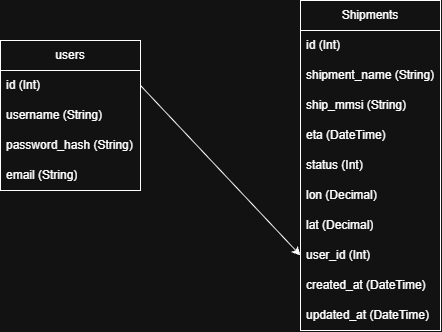
Above: Documentation/Charts/ShipmentTrackingDB.drawio.png in Timanttiso/ShipmentTracking (draw.io), before the change. Source tidied: cells renumbered, new cells last; positions are measured from the earlier drawing's top-left corner, leaving out a move shared by most shapes.
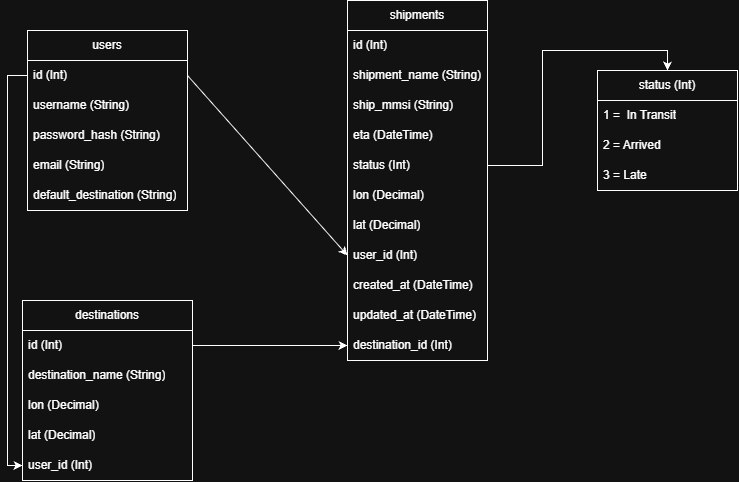
After the commit.

Commit message:
Updated database structure chart

Diff of the diagram source:
```diff
@@ -2,8 +2,8 @@
   <root>
     <mxCell id="0" />
     <mxCell id="1" parent="0" />
-    <mxCell id="2" value="Shipments" style="swimlane;fontStyle=0;horizontal=1;startSize=30;whiteSpace=wrap;html=1;" parent="1" vertex="1">
-      <mxGeometry x="300" width="140" height="330" as="geometry" />
+    <mxCell id="2" value="shipments" style="swimlane;fontStyle=0;horizontal=1;startSize=30;whiteSpace=wrap;html=1;" parent="1" vertex="1">
+      <mxGeometry x="220" width="140" height="360" as="geometry" />
     </mxCell>
     <mxCell id="3" value="id (Int)" style="text;strokeColor=none;fillColor=none;align=left;verticalAlign=middle;spacingLeft=4;spacingRight=4;overflow=hidden;whiteSpace=wrap;html=1;" parent="2" vertex="1">
       <mxGeometry y="30" width="140" height="30" as="geometry" />
@@ -35,23 +35,68 @@
     <mxCell id="12" value="updated_at (DateTime)" style="text;strokeColor=none;fillColor=none;align=left;verticalAlign=middle;spacingLeft=4;spacingRight=4;overflow=hidden;whiteSpace=wrap;html=1;" parent="2" vertex="1">
       <mxGeometry y="300" width="140" height="30" as="geometry" />
     </mxCell>
+    <mxCell id="19" value="destination_id (Int)" style="text;strokeColor=none;fillColor=none;align=left;verticalAlign=middle;spacingLeft=4;spacingRight=4;overflow=hidden;points=[[0,0.5],[1,0.5]];portConstraint=eastwest;whiteSpace=wrap;html=1;" parent="2" vertex="1">
+      <mxGeometry y="330" width="140" height="30" as="geometry" />
+    </mxCell>
     <mxCell id="13" value="users" style="swimlane;fontStyle=0;horizontal=1;startSize=30;whiteSpace=wrap;html=1;" parent="1" vertex="1">
-      <mxGeometry y="40" width="140" height="150" as="geometry" />
+      <mxGeometry x="-100" y="30" width="160" height="180" as="geometry" />
     </mxCell>
     <mxCell id="14" value="id (Int)" style="text;strokeColor=none;fillColor=none;align=left;verticalAlign=middle;spacingLeft=4;spacingRight=4;overflow=hidden;points=[[0,0.5],[1,0.5]];portConstraint=eastwest;whiteSpace=wrap;html=1;" parent="13" vertex="1">
-      <mxGeometry y="30" width="140" height="30" as="geometry" />
+      <mxGeometry y="30" width="160" height="30" as="geometry" />
     </mxCell>
     <mxCell id="15" value="username (String)" style="text;strokeColor=none;fillColor=none;align=left;verticalAlign=middle;spacingLeft=4;spacingRight=4;overflow=hidden;whiteSpace=wrap;html=1;" parent="13" vertex="1">
-      <mxGeometry y="60" width="140" height="30" as="geometry" />
+      <mxGeometry y="60" width="160" height="30" as="geometry" />
     </mxCell>
     <mxCell id="16" value="password_hash (String)" style="text;strokeColor=none;fillColor=none;align=left;verticalAlign=middle;spacingLeft=4;spacingRight=4;overflow=hidden;whiteSpace=wrap;html=1;" parent="13" vertex="1">
-      <mxGeometry y="90" width="140" height="30" as="geometry" />
+      <mxGeometry y="90" width="160" height="30" as="geometry" />
     </mxCell>
     <mxCell id="17" value="email (String)" style="text;strokeColor=none;fillColor=none;align=left;verticalAlign=middle;spacingLeft=4;spacingRight=4;overflow=hidden;whiteSpace=wrap;html=1;" parent="13" vertex="1">
-      <mxGeometry y="120" width="140" height="30" as="geometry" />
+      <mxGeometry y="120" width="160" height="30" as="geometry" />
     </mxCell>
+    <mxCell id="20" value="default_destination (String)" style="text;strokeColor=none;fillColor=none;align=left;verticalAlign=middle;spacingLeft=4;spacingRight=4;overflow=hidden;whiteSpace=wrap;html=1;" parent="13" vertex="1">
+      <mxGeometry y="150" width="160" height="30" as="geometry" />
+    </mxCell>
     <mxCell id="18" style="endArrow=classic;html=1;rounded=0;entryX=0;entryY=0.5;entryDx=0;entryDy=0;exitX=1;exitY=0.5;exitDx=0;exitDy=0;" parent="1" edge="1" source="14" target="10">
       <mxGeometry relative="1" as="geometry" />
     </mxCell>
+    <mxCell id="21" value="status (Int)" style="swimlane;fontStyle=0;horizontal=1;startSize=30;whiteSpace=wrap;html=1;" parent="1" vertex="1">
+      <mxGeometry x="470" y="70" width="140" height="120" as="geometry" />
+    </mxCell>
+    <mxCell id="22" value="1 =&amp;nbsp; In Transit" style="text;strokeColor=none;fillColor=none;align=left;verticalAlign=middle;spacingLeft=4;spacingRight=4;overflow=hidden;whiteSpace=wrap;html=1;" parent="21" vertex="1">
+      <mxGeometry y="30" width="140" height="30" as="geometry" />
+    </mxCell>
+    <mxCell id="23" value="2 = Arrived" style="text;strokeColor=none;fillColor=none;align=left;verticalAlign=middle;spacingLeft=4;spacingRight=4;overflow=hidden;whiteSpace=wrap;html=1;" parent="21" vertex="1">
+      <mxGeometry y="60" width="140" height="30" as="geometry" />
+    </mxCell>
+    <mxCell id="24" value="3 = Late" style="text;strokeColor=none;fillColor=none;align=left;verticalAlign=middle;spacingLeft=4;spacingRight=4;overflow=hidden;whiteSpace=wrap;html=1;" parent="21" vertex="1">
+      <mxGeometry y="90" width="140" height="30" as="geometry" />
+    </mxCell>
+    <mxCell id="25" style="edgeStyle=orthogonalEdgeStyle;rounded=0;jettySize=auto;html=1;entryX=0.5;entryY=0;entryDx=0;entryDy=0;" parent="1" edge="1" source="7" target="21">
+      <mxGeometry relative="1" as="geometry" />
+    </mxCell>
+    <mxCell id="26" style="edgeStyle=orthogonalEdgeStyle;rounded=0;jettySize=auto;html=1;exitX=1;exitY=0.25;exitDx=0;exitDy=0;entryX=0;entryY=0.5;entryDx=0;entryDy=0;" parent="1" edge="1" source="27" target="19">
+      <mxGeometry relative="1" as="geometry" />
+    </mxCell>
+    <mxCell id="27" value="destinations" style="swimlane;fontStyle=0;horizontal=1;startSize=30;whiteSpace=wrap;html=1;" parent="1" vertex="1">
+      <mxGeometry x="-105" y="300" width="170" height="180" as="geometry" />
+    </mxCell>
+    <mxCell id="28" value="id (Int)" style="text;strokeColor=none;fillColor=none;align=left;verticalAlign=middle;spacingLeft=4;spacingRight=4;overflow=hidden;whiteSpace=wrap;html=1;" parent="27" vertex="1">
+      <mxGeometry y="30" width="170" height="30" as="geometry" />
+    </mxCell>
+    <mxCell id="29" value="destination_name (String)" style="text;strokeColor=none;fillColor=none;align=left;verticalAlign=middle;spacingLeft=4;spacingRight=4;overflow=hidden;whiteSpace=wrap;html=1;" parent="27" vertex="1">
+      <mxGeometry y="60" width="170" height="30" as="geometry" />
+    </mxCell>
+    <mxCell id="30" value="lon (Decimal)" style="text;strokeColor=none;fillColor=none;align=left;verticalAlign=middle;spacingLeft=4;spacingRight=4;overflow=hidden;whiteSpace=wrap;html=1;" parent="27" vertex="1">
+      <mxGeometry y="90" width="170" height="30" as="geometry" />
+    </mxCell>
+    <mxCell id="31" value="lat (Decimal)" style="text;strokeColor=none;fillColor=none;align=left;verticalAlign=middle;spacingLeft=4;spacingRight=4;overflow=hidden;whiteSpace=wrap;html=1;" parent="27" vertex="1">
+      <mxGeometry y="120" width="170" height="30" as="geometry" />
+    </mxCell>
+    <mxCell id="32" value="user_id (Int)" style="text;strokeColor=none;fillColor=none;align=left;verticalAlign=middle;spacingLeft=4;spacingRight=4;overflow=hidden;points=[[0,0.5],[1,0.5]];portConstraint=eastwest;whiteSpace=wrap;html=1;" parent="27" vertex="1">
+      <mxGeometry y="150" width="170" height="30" as="geometry" />
+    </mxCell>
+    <mxCell id="33" style="edgeStyle=orthogonalEdgeStyle;rounded=0;jettySize=auto;html=1;exitX=0;exitY=0.5;exitDx=0;exitDy=0;entryX=0;entryY=0.5;entryDx=0;entryDy=0;" parent="1" edge="1" source="14" target="32">
+      <mxGeometry relative="1" as="geometry" />
+    </mxCell>
   </root>
 </mxGraphModel>
```
